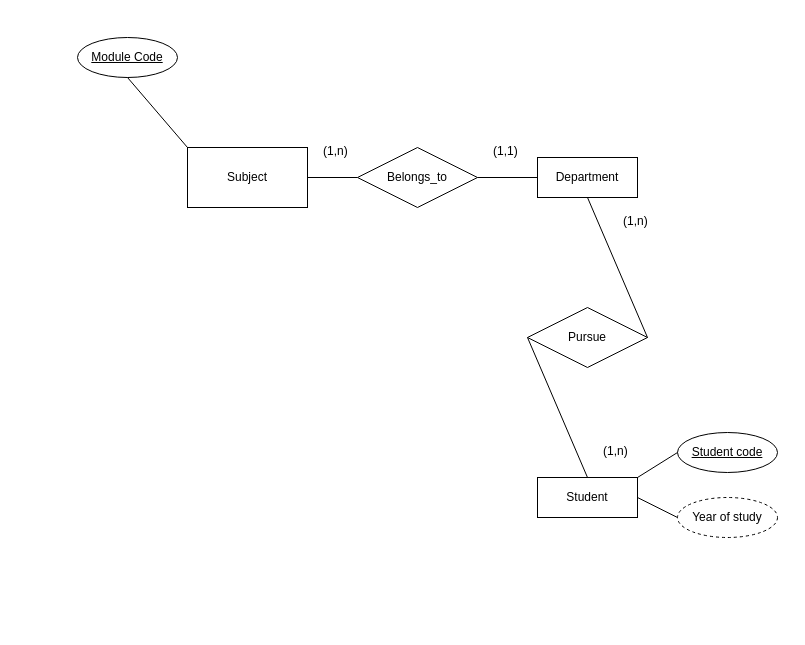
This is Finale.drawio from S0ra1n0/Database-learning, a draw.io file, before an edit. Source tidied: cells renumbered, new cells numbered last; positions are measured from the earlier drawing's top-left corner, leaving out a move shared by most shapes. Both pictures are drawn from the tidied source at 100%, with x=0, y=0 at pixel (77, 37).
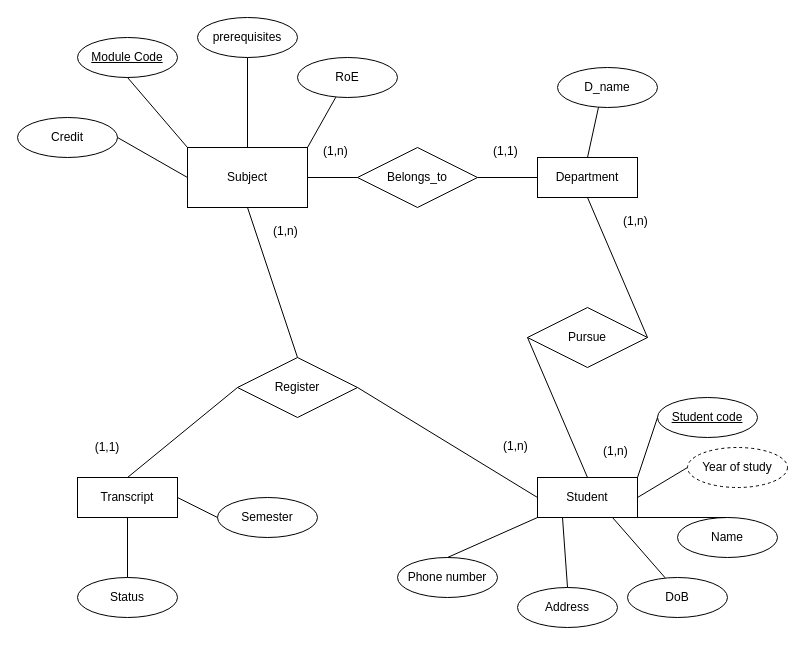
The same diagram, later.

Commit message:
Cập nhật Finale.drawio

Unchanged cells that the change refers to:
```xml
<mxCell id="2" value="Subject" style="rounded=0;whiteSpace=wrap;html=1;" parent="1" vertex="1">
  <mxGeometry x="110" y="110" width="120" height="60" as="geometry" />
</mxCell>
<mxCell id="8" value="Department" style="whiteSpace=wrap;html=1;align=center;" parent="1" vertex="1">
  <mxGeometry x="460" y="120" width="100" height="40" as="geometry" />
</mxCell>
<mxCell id="11" value="Student" style="whiteSpace=wrap;html=1;align=center;" parent="1" vertex="1">
  <mxGeometry x="460" y="440" width="100" height="40" as="geometry" />
</mxCell>
```

The edit, as a diff of the source:
```diff
@@
     <mxCell id="17" value="Student code" style="ellipse;whiteSpace=wrap;html=1;align=center;fontStyle=4;" parent="1" vertex="1">
-      <mxGeometry x="600" y="395" width="100" height="40" as="geometry" />
+      <mxGeometry x="580" y="360" width="100" height="40" as="geometry" />
     </mxCell>
@@
     <mxCell id="19" value="Year of study" style="ellipse;whiteSpace=wrap;html=1;align=center;dashed=1;" parent="1" vertex="1">
-      <mxGeometry x="600" y="460" width="100" height="40" as="geometry" />
+      <mxGeometry x="610" y="410" width="100" height="40" as="geometry" />
     </mxCell>
@@
+    <mxCell id="21" value="prerequisites" style="ellipse;whiteSpace=wrap;html=1;align=center;" parent="1" vertex="1">
+      <mxGeometry x="120" y="-20" width="100" height="40" as="geometry" />
+    </mxCell>
+    <mxCell id="22" value="Credit" style="ellipse;whiteSpace=wrap;html=1;align=center;" parent="1" vertex="1">
+      <mxGeometry x="-60" y="80" width="100" height="40" as="geometry" />
+    </mxCell>
+    <mxCell id="23" style="endArrow=none;html=1;rounded=0;exitX=1;exitY=0.5;exitDx=0;exitDy=0;entryX=0;entryY=0.5;entryDx=0;entryDy=0;" parent="1" edge="1" source="22" target="2">
+      <mxGeometry relative="1" as="geometry" />
+    </mxCell>
+    <mxCell id="24" style="endArrow=none;html=1;rounded=0;exitX=0.5;exitY=1;exitDx=0;exitDy=0;" parent="1" edge="1" source="21" target="2">
+      <mxGeometry relative="1" as="geometry" />
+    </mxCell>
+    <mxCell id="25" value="RoE" style="ellipse;whiteSpace=wrap;html=1;align=center;" parent="1" vertex="1">
+      <mxGeometry x="220" y="20" width="100" height="40" as="geometry" />
+    </mxCell>
+    <mxCell id="26" style="endArrow=none;html=1;rounded=0;exitX=1;exitY=0;exitDx=0;exitDy=0;entryX=0.383;entryY=0.992;entryDx=0;entryDy=0;entryPerimeter=0;" parent="1" edge="1" source="2" target="25">
+      <mxGeometry relative="1" as="geometry" />
+    </mxCell>
+    <mxCell id="27" value="Register" style="shape=rhombus;perimeter=rhombusPerimeter;whiteSpace=wrap;html=1;align=center;" parent="1" vertex="1">
+      <mxGeometry x="160" y="320" width="120" height="60" as="geometry" />
+    </mxCell>
+    <mxCell id="28" style="endArrow=none;html=1;rounded=0;exitX=0.5;exitY=1;exitDx=0;exitDy=0;entryX=0.5;entryY=0;entryDx=0;entryDy=0;" parent="1" edge="1" source="2" target="27">
+      <mxGeometry relative="1" as="geometry" />
+    </mxCell>
+    <mxCell id="29" style="endArrow=none;html=1;rounded=0;exitX=1;exitY=0.5;exitDx=0;exitDy=0;entryX=0;entryY=0.5;entryDx=0;entryDy=0;" parent="1" edge="1" source="27" target="11">
+      <mxGeometry relative="1" as="geometry" />
+    </mxCell>
+    <mxCell id="30" value="(1,n)" style="text;strokeColor=none;fillColor=none;spacingLeft=4;spacingRight=4;overflow=hidden;fontSize=12;whiteSpace=wrap;html=1;" parent="1" vertex="1">
+      <mxGeometry x="190" y="180" width="40" height="30" as="geometry" />
+    </mxCell>
+    <mxCell id="31" value="(1,n)" style="text;strokeColor=none;fillColor=none;spacingLeft=4;spacingRight=4;overflow=hidden;fontSize=12;whiteSpace=wrap;html=1;" parent="1" vertex="1">
+      <mxGeometry x="420" y="395" width="40" height="30" as="geometry" />
+    </mxCell>
+    <mxCell id="32" style="endArrow=none;html=1;rounded=0;entryX=0;entryY=0.5;entryDx=0;entryDy=0;exitX=0.5;exitY=0;exitDx=0;exitDy=0;" parent="1" edge="1" source="33" target="27">
+      <mxGeometry relative="1" as="geometry" />
+    </mxCell>
+    <mxCell id="33" value="Transcript" style="whiteSpace=wrap;html=1;align=center;" parent="1" vertex="1">
+      <mxGeometry y="440" width="100" height="40" as="geometry" />
+    </mxCell>
+    <mxCell id="34" value="Semester" style="ellipse;whiteSpace=wrap;html=1;align=center;" parent="1" vertex="1">
+      <mxGeometry x="140" y="460" width="100" height="40" as="geometry" />
+    </mxCell>
+    <mxCell id="35" style="endArrow=none;html=1;rounded=0;exitX=1;exitY=0.5;exitDx=0;exitDy=0;entryX=0;entryY=0.5;entryDx=0;entryDy=0;" parent="1" edge="1" source="33" target="34">
+      <mxGeometry relative="1" as="geometry" />
+    </mxCell>
+    <mxCell id="36" value="Status" style="ellipse;whiteSpace=wrap;html=1;align=center;" parent="1" vertex="1">
+      <mxGeometry y="540" width="100" height="40" as="geometry" />
+    </mxCell>
+    <mxCell id="37" style="endArrow=none;html=1;rounded=0;exitX=0.5;exitY=1;exitDx=0;exitDy=0;entryX=0.5;entryY=0;entryDx=0;entryDy=0;" parent="1" edge="1" source="33" target="36">
+      <mxGeometry relative="1" as="geometry" />
+    </mxCell>
+    <mxCell id="38" value="Name" style="ellipse;whiteSpace=wrap;html=1;align=center;" parent="1" vertex="1">
+      <mxGeometry x="600" y="480" width="100" height="40" as="geometry" />
+    </mxCell>
+    <mxCell id="39" style="endArrow=none;html=1;rounded=0;entryX=0.5;entryY=0;entryDx=0;entryDy=0;exitX=1;exitY=1;exitDx=0;exitDy=0;" parent="1" edge="1" source="11" target="38">
+      <mxGeometry relative="1" as="geometry" />
+    </mxCell>
+    <mxCell id="40" value="Phone number" style="ellipse;whiteSpace=wrap;html=1;align=center;" parent="1" vertex="1">
+      <mxGeometry x="320" y="520" width="100" height="40" as="geometry" />
+    </mxCell>
+    <mxCell id="41" value="Address" style="ellipse;whiteSpace=wrap;html=1;align=center;" parent="1" vertex="1">
+      <mxGeometry x="440" y="550" width="100" height="40" as="geometry" />
+    </mxCell>
+    <mxCell id="42" value="DoB" style="ellipse;whiteSpace=wrap;html=1;align=center;" parent="1" vertex="1">
+      <mxGeometry x="550" y="540" width="100" height="40" as="geometry" />
+    </mxCell>
+    <mxCell id="43" style="endArrow=none;html=1;rounded=0;entryX=0.377;entryY=0.008;entryDx=0;entryDy=0;entryPerimeter=0;exitX=0.75;exitY=1;exitDx=0;exitDy=0;" parent="1" edge="1" source="11" target="42">
+      <mxGeometry relative="1" as="geometry" />
+    </mxCell>
+    <mxCell id="44" style="endArrow=none;html=1;rounded=0;entryX=0.5;entryY=0;entryDx=0;entryDy=0;exitX=0.25;exitY=1;exitDx=0;exitDy=0;" parent="1" edge="1" source="11" target="41">
+      <mxGeometry relative="1" as="geometry" />
+    </mxCell>
+    <mxCell id="45" style="endArrow=none;html=1;rounded=0;entryX=0.5;entryY=0;entryDx=0;entryDy=0;exitX=0;exitY=1;exitDx=0;exitDy=0;" parent="1" edge="1" source="11" target="40">
+      <mxGeometry relative="1" as="geometry" />
+    </mxCell>
+    <mxCell id="46" value="D_name" style="ellipse;whiteSpace=wrap;html=1;align=center;" parent="1" vertex="1">
+      <mxGeometry x="480" y="30" width="100" height="40" as="geometry" />
+    </mxCell>
+    <mxCell id="47" style="endArrow=none;html=1;rounded=0;entryX=0.41;entryY=0.992;entryDx=0;entryDy=0;entryPerimeter=0;exitX=0.5;exitY=0;exitDx=0;exitDy=0;" parent="1" edge="1" source="8" target="46">
+      <mxGeometry relative="1" as="geometry" />
+    </mxCell>
+    <mxCell id="48" value="(1,1)" style="text;html=1;align=center;verticalAlign=middle;whiteSpace=wrap;rounded=0;" parent="1" vertex="1">
+      <mxGeometry y="395" width="60" height="30" as="geometry" />
+    </mxCell>
```
